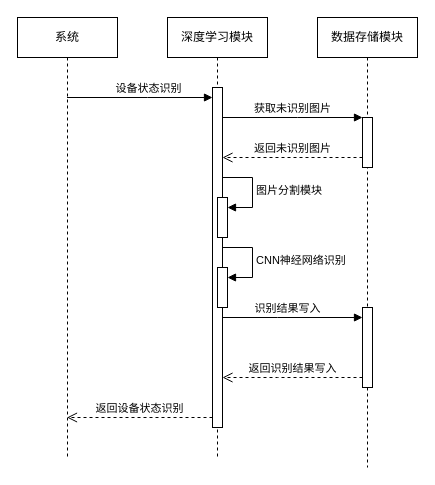
Above: Draw.io/本科毕业设计/顺序图_设备状态识别.drawio in Arete-FFF/PicGo (draw.io), before the change. Source tidied: cells renumbered, new cells numbered last; positions are measured from the earlier drawing's top-left corner, leaving out a move shared by most shapes. Both pictures are drawn from the tidied source at 100%, with x=0, y=0 at pixel (17, 17).
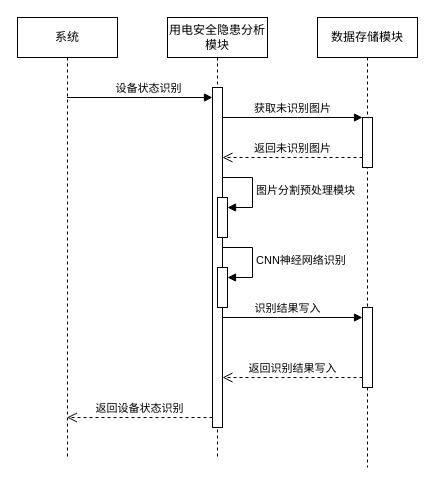
The same diagram, later.

Commit message:
更新顺序图_设备状态识别.drawio

Unchanged cells that the change refers to:
```xml
<mxCell id="4" style="html=1;points=[];perimeter=orthogonalPerimeter;outlineConnect=0;targetShapes=umlLifeline;portConstraint=eastwest;newEdgeStyle={&quot;edgeStyle&quot;:&quot;elbowEdgeStyle&quot;,&quot;elbow&quot;:&quot;vertical&quot;,&quot;curved&quot;:0,&quot;rounded&quot;:0};" parent="2" vertex="1">
  <mxGeometry x="50" y="180" width="10" height="40" as="geometry" />
</mxCell>
```

Diff of the diagram source:
```diff
@@
-    <mxCell id="2" value="深度学习模块" style="shape=umlLifeline;perimeter=lifelinePerimeter;whiteSpace=wrap;html=1;newEdgeStyle={&quot;edgeStyle&quot;:&quot;elbowEdgeStyle&quot;,&quot;elbow&quot;:&quot;vertical&quot;,&quot;curved&quot;:0,&quot;rounded&quot;:0};" parent="1" vertex="1">
+    <mxCell id="2" value="用电安全隐患分析模块" style="shape=umlLifeline;perimeter=lifelinePerimeter;whiteSpace=wrap;html=1;newEdgeStyle={&quot;edgeStyle&quot;:&quot;elbowEdgeStyle&quot;,&quot;elbow&quot;:&quot;vertical&quot;,&quot;curved&quot;:0,&quot;rounded&quot;:0};" parent="1" vertex="1">
       <mxGeometry x="150" width="100" height="440" as="geometry" />
     </mxCell>
@@
-    <mxCell id="5" value="图片分割模块" style="html=1;align=left;spacingLeft=2;endArrow=block;rounded=0;edgeStyle=orthogonalEdgeStyle;curved=0;rounded=0;" parent="2" edge="1" target="4">
+    <mxCell id="5" value="图片分割预处理模块" style="html=1;align=left;spacingLeft=2;endArrow=block;rounded=0;edgeStyle=orthogonalEdgeStyle;curved=0;rounded=0;" parent="2" edge="1" target="4">
       <mxGeometry relative="1" as="geometry">
         <mxPoint x="55" y="160" as="sourcePoint" />
         <Array as="points">
           <mxPoint x="85" y="190" />
         </Array>
       </mxGeometry>
     </mxCell>
```
